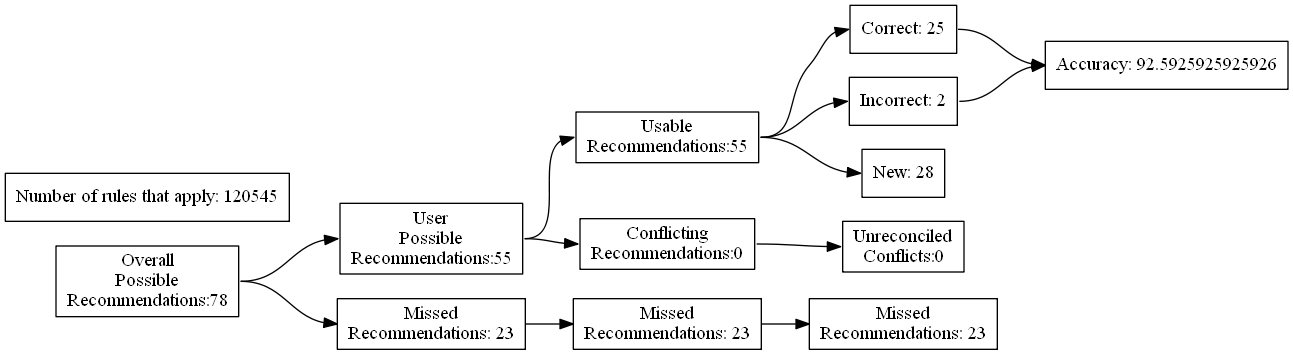
Above: test_renders/3.gv.png in ZaxR/ibd_diet_analysis (Graphviz), before the change. Its source is kept beside it as test_renders/3.gv. The source it was exported from:
```dot
digraph {
	graph [rankdir=LR]
	node [pos=r shape=box]
	edge [headport=w tailport=e]
		A [label="Overall
Possible
Recommendations:78"]
		B [label="User
Possible
Recommendations:55"]
		C [label="Missed
Recommendations: 23"]
		D [label="Usable
Recommendations:55"]
		E [label="Conflicting
Recommendations:0"]
		J [label="Missed
Recommendations: 23"]
		M [label="Unreconciled
Conflicts:0"]
		F [label="Correct: 25"]
		G [label="Incorrect: 2"]
		H [label="New: 28"]
		K [label="Missed
Recommendations: 23"]
		I [label="Accuracy: 92.5925925925926"]
		l [label="Number of rules that apply: 120545"]
			A -> B
			A -> C
			B -> D
			B -> E
			D -> F
			D -> G
			D -> H
			F -> I
			G -> I
			C -> J
			J -> K
			E -> M
}
```
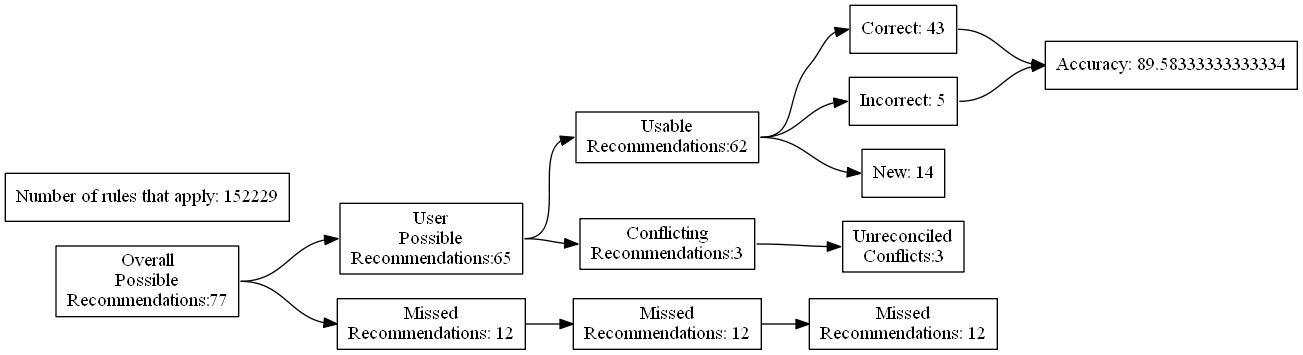
The same file after the commit.

Diff of the diagram source:
```diff
@@ -4,27 +4,27 @@
 	edge [headport=w tailport=e]
 		A [label="Overall
 Possible
-Recommendations:78"]
+Recommendations:77"]
 		B [label="User
 Possible
-Recommendations:55"]
+Recommendations:65"]
 		C [label="Missed
-Recommendations: 23"]
+Recommendations: 12"]
 		D [label="Usable
-Recommendations:55"]
+Recommendations:62"]
 		E [label="Conflicting
-Recommendations:0"]
+Recommendations:3"]
 		J [label="Missed
-Recommendations: 23"]
+Recommendations: 12"]
 		M [label="Unreconciled
-Conflicts:0"]
-		F [label="Correct: 25"]
-		G [label="Incorrect: 2"]
-		H [label="New: 28"]
+Conflicts:3"]
+		F [label="Correct: 43"]
+		G [label="Incorrect: 5"]
+		H [label="New: 14"]
 		K [label="Missed
-Recommendations: 23"]
-		I [label="Accuracy: 92.5925925925926"]
-		l [label="Number of rules that apply: 120545"]
+Recommendations: 12"]
+		I [label="Accuracy: 89.58333333333334"]
+		l [label="Number of rules that apply: 152229"]
 			A -> B
 			A -> C
 			B -> D
```
